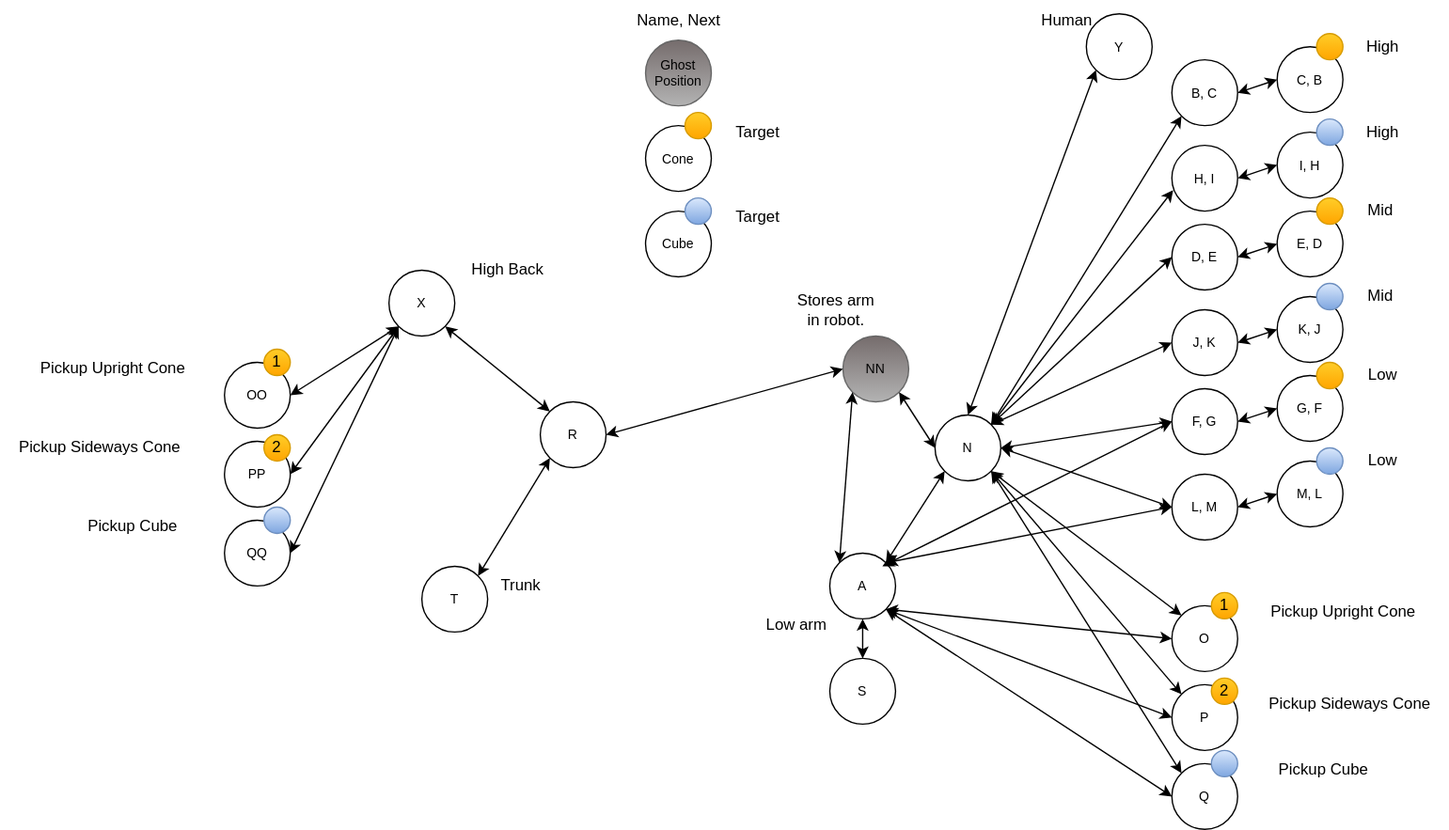
The draw.io diagram src/main/java/frc/robot/subsystems/Arm/arm.drawio.svg in RossRambotics/2023-ChargedUp, before a commit. Source tidied: cells renumbered, new cells last; positions are measured from the earlier drawing's top-left corner, leaving out a move shared by most shapes.
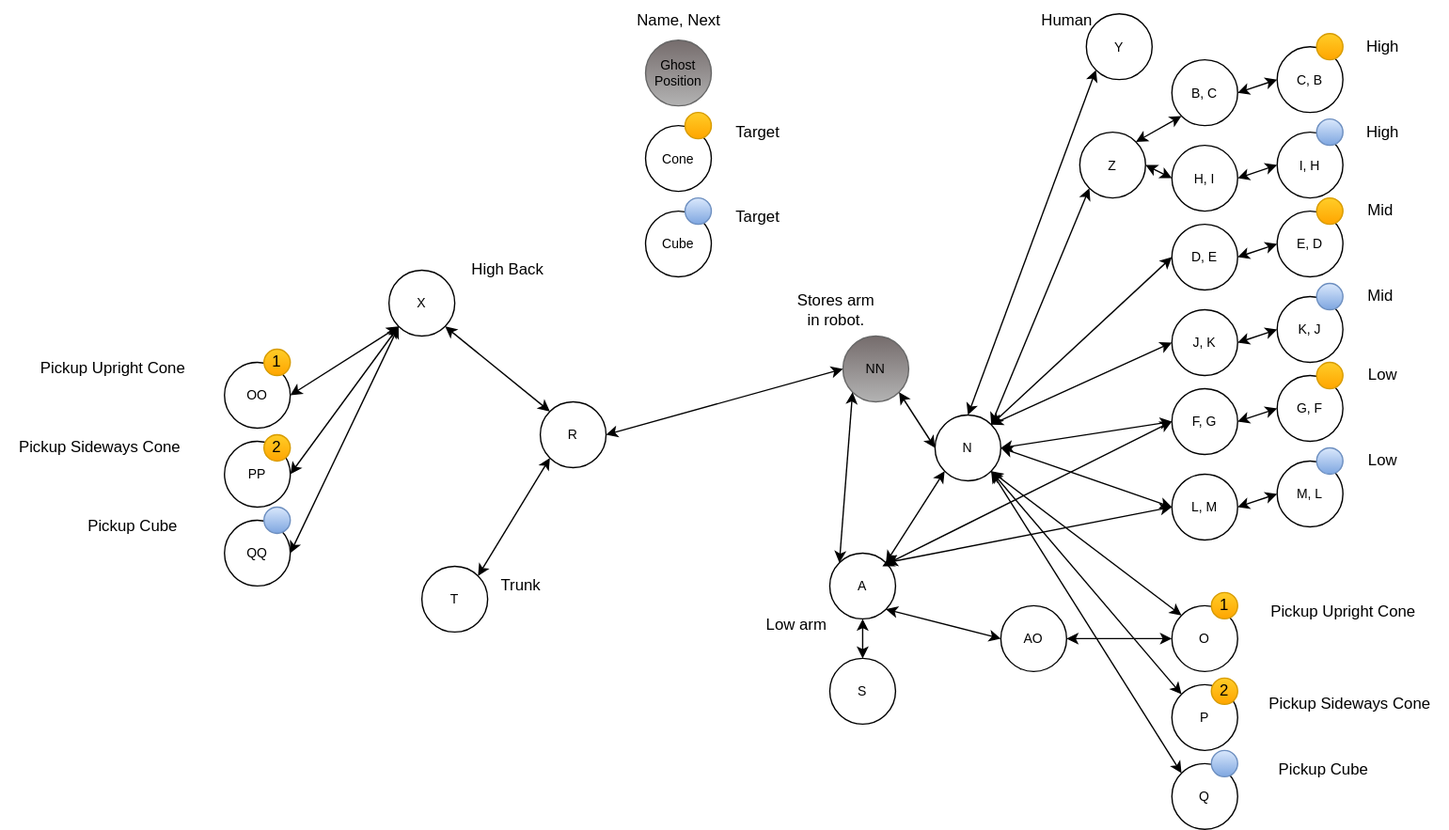
After the commit.

Diff of the diagram source:
```diff
@@ -17,7 +17,7 @@
     <mxCell id="6" style="edgeStyle=none;html=1;exitX=0;exitY=0.5;exitDx=0;exitDy=0;entryX=1;entryY=0.5;entryDx=0;entryDy=0;fontSize=10;startArrow=classic;startFill=1;" parent="1" edge="1" source="5" target="4">
       <mxGeometry relative="1" as="geometry" />
     </mxCell>
-    <mxCell id="7" style="edgeStyle=none;html=1;exitX=0;exitY=1;exitDx=0;exitDy=0;fontSize=10;startArrow=classic;startFill=1;entryX=1;entryY=0;entryDx=0;entryDy=0;" parent="1" edge="1" source="4" target="3">
+    <mxCell id="7" style="edgeStyle=none;html=1;exitX=0;exitY=1;exitDx=0;exitDy=0;fontSize=10;startArrow=classic;startFill=1;entryX=1;entryY=0;entryDx=0;entryDy=0;" parent="1" edge="1" source="96" target="3">
       <mxGeometry relative="1" as="geometry" />
     </mxCell>
     <mxCell id="8" style="ellipse;whiteSpace=wrap;html=1;fillColor=#ffcd28;gradientColor=#ffa500;strokeColor=#d79b00;" parent="1" vertex="1">
@@ -146,7 +146,7 @@
     <mxCell id="49" value="O" style="ellipse;whiteSpace=wrap;html=1;fontSize=10;" parent="1" vertex="1">
       <mxGeometry x="890" y="460" width="50" height="50" as="geometry" />
     </mxCell>
-    <mxCell id="50" style="edgeStyle=none;html=1;exitX=0;exitY=0.5;exitDx=0;exitDy=0;fontSize=10;startArrow=classic;startFill=1;entryX=1;entryY=1;entryDx=0;entryDy=0;" parent="1" edge="1" source="49" target="38">
+    <mxCell id="50" style="edgeStyle=none;html=1;exitX=0;exitY=0.5;exitDx=0;exitDy=0;fontSize=10;startArrow=classic;startFill=1;entryX=1;entryY=1;entryDx=0;entryDy=0;" parent="1" edge="1" source="100" target="38">
       <mxGeometry relative="1" as="geometry" />
     </mxCell>
     <mxCell id="51" value="P" style="ellipse;whiteSpace=wrap;html=1;fontSize=10;" parent="1" vertex="1">
@@ -164,12 +164,6 @@
     <mxCell id="55" style="ellipse;whiteSpace=wrap;html=1;fillColor=#dae8fc;gradientColor=#7ea6e0;strokeColor=#6c8ebf;" parent="1" vertex="1">
       <mxGeometry x="920" y="570" width="20" height="20" as="geometry" />
     </mxCell>
-    <mxCell id="56" style="edgeStyle=none;html=1;exitX=0;exitY=0.5;exitDx=0;exitDy=0;fontSize=10;startArrow=classic;startFill=1;entryX=1;entryY=1;entryDx=0;entryDy=0;" parent="1" edge="1" source="51" target="38">
-      <mxGeometry relative="1" as="geometry" />
-    </mxCell>
-    <mxCell id="57" style="edgeStyle=none;html=1;exitX=0;exitY=0.5;exitDx=0;exitDy=0;fontSize=10;startArrow=classic;startFill=1;entryX=1;entryY=1;entryDx=0;entryDy=0;" parent="1" edge="1" source="52" target="38">
-      <mxGeometry relative="1" as="geometry" />
-    </mxCell>
     <mxCell id="58" value="Pickup Cube&amp;nbsp; &amp;nbsp;&amp;nbsp;" style="text;html=1;align=center;verticalAlign=middle;strokeColor=none;fillColor=none;" parent="1" vertex="1">
       <mxGeometry x="955" y="570" width="100" height="30" as="geometry" />
     </mxCell>
@@ -256,9 +250,6 @@
     <mxCell id="85" style="edgeStyle=none;html=1;exitX=0;exitY=0.5;exitDx=0;exitDy=0;fontSize=10;startArrow=classic;startFill=1;entryX=1;entryY=0;entryDx=0;entryDy=0;" parent="1" edge="1" source="30" target="38">
       <mxGeometry relative="1" as="geometry" />
     </mxCell>
-    <mxCell id="86" style="edgeStyle=none;html=1;exitX=0.02;exitY=0.68;exitDx=0;exitDy=0;fontSize=10;startArrow=classic;startFill=1;exitPerimeter=0;endArrow=classic;endFill=1;entryX=1;entryY=0;entryDx=0;entryDy=0;" parent="1" edge="1" source="21" target="3">
-      <mxGeometry relative="1" as="geometry" />
-    </mxCell>
     <mxCell id="87" value="Low arm" style="text;strokeColor=none;align=center;fillColor=none;html=1;verticalAlign=middle;whiteSpace=wrap;rounded=0;" parent="1" vertex="1">
       <mxGeometry x="570" y="460" width="70" height="30" as="geometry" />
     </mxCell>
@@ -286,5 +277,25 @@
     <mxCell id="95" style="edgeStyle=none;html=1;exitX=1;exitY=1;exitDx=0;exitDy=0;fontSize=10;startArrow=classic;startFill=1;entryX=0;entryY=0.5;entryDx=0;entryDy=0;" parent="1" edge="1" source="76" target="3">
       <mxGeometry relative="1" as="geometry" />
     </mxCell>
+    <mxCell id="96" value="Z" style="ellipse;whiteSpace=wrap;html=1;fontSize=10;" parent="1" vertex="1">
+      <mxGeometry x="820" y="100" width="50" height="50" as="geometry" />
+    </mxCell>
+    <mxCell id="97" style="edgeStyle=none;html=1;exitX=0;exitY=1;exitDx=0;exitDy=0;fontSize=10;startArrow=classic;startFill=1;entryX=1;entryY=0;entryDx=0;entryDy=0;" parent="1" edge="1" source="4" target="96">
+      <mxGeometry relative="1" as="geometry" />
+    </mxCell>
+    <mxCell id="98" style="edgeStyle=none;html=1;exitX=0;exitY=0.5;exitDx=0;exitDy=0;fontSize=10;startArrow=classic;startFill=1;entryX=1;entryY=0.5;entryDx=0;entryDy=0;" parent="1" edge="1" source="21" target="96">
+      <mxGeometry relative="1" as="geometry" />
+    </mxCell>
+    <mxCell id="99" style="edgeStyle=none;html=1;exitX=0.5;exitY=1;exitDx=0;exitDy=0;" parent="1" edge="1" source="100">
+      <mxGeometry relative="1" as="geometry">
+        <mxPoint x="770" y="500" as="targetPoint" />
+      </mxGeometry>
+    </mxCell>
+    <mxCell id="100" value="AO" style="ellipse;whiteSpace=wrap;html=1;fontSize=10;" parent="1" vertex="1">
+      <mxGeometry x="760" y="460" width="50" height="50" as="geometry" />
+    </mxCell>
+    <mxCell id="101" style="edgeStyle=none;html=1;exitX=0;exitY=0.5;exitDx=0;exitDy=0;fontSize=10;startArrow=classic;startFill=1;entryX=1;entryY=0.5;entryDx=0;entryDy=0;" parent="1" edge="1" source="49" target="100">
+      <mxGeometry relative="1" as="geometry" />
+    </mxCell>
   </root>
 </mxGraphModel>
```
